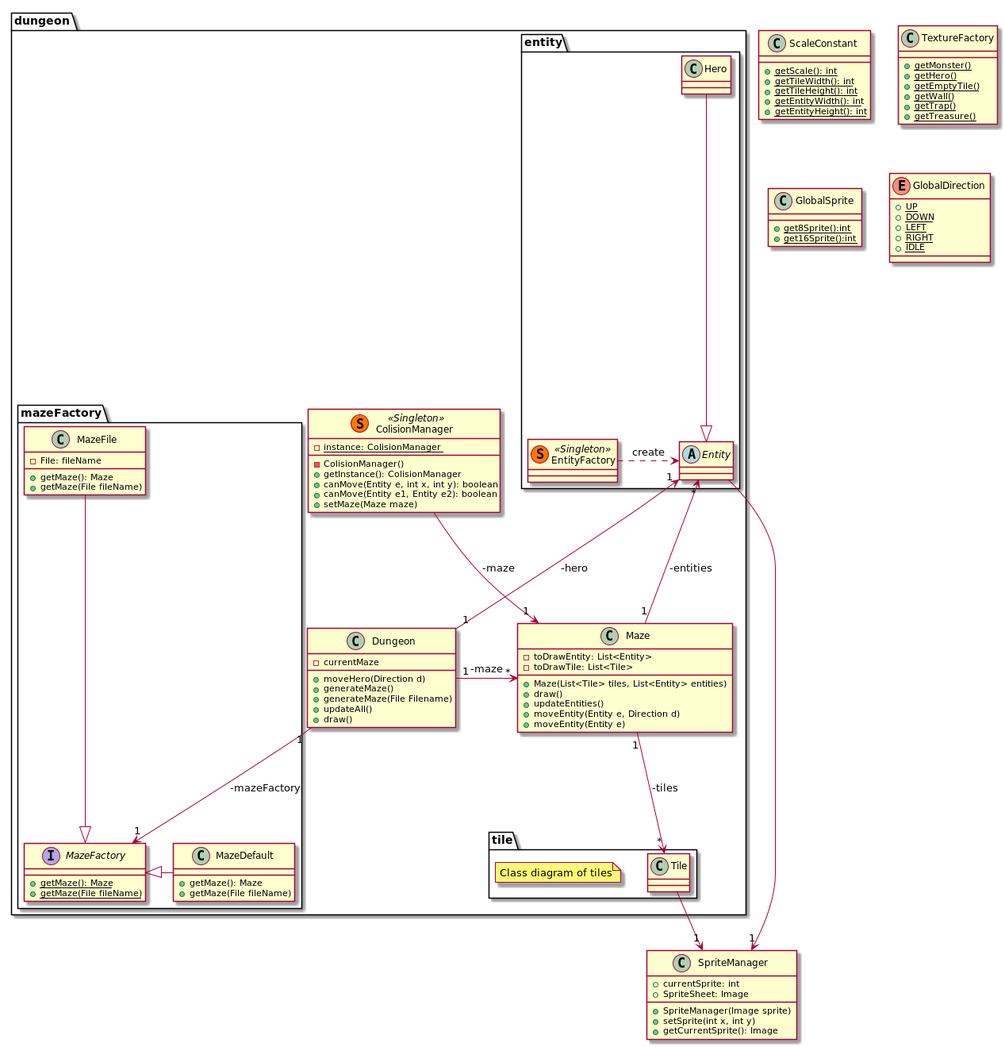
Earlier version of the PlantUML export doc/first_sprint/diagrams/class/global.png (Reynault/ACL_2019_Zelpop).
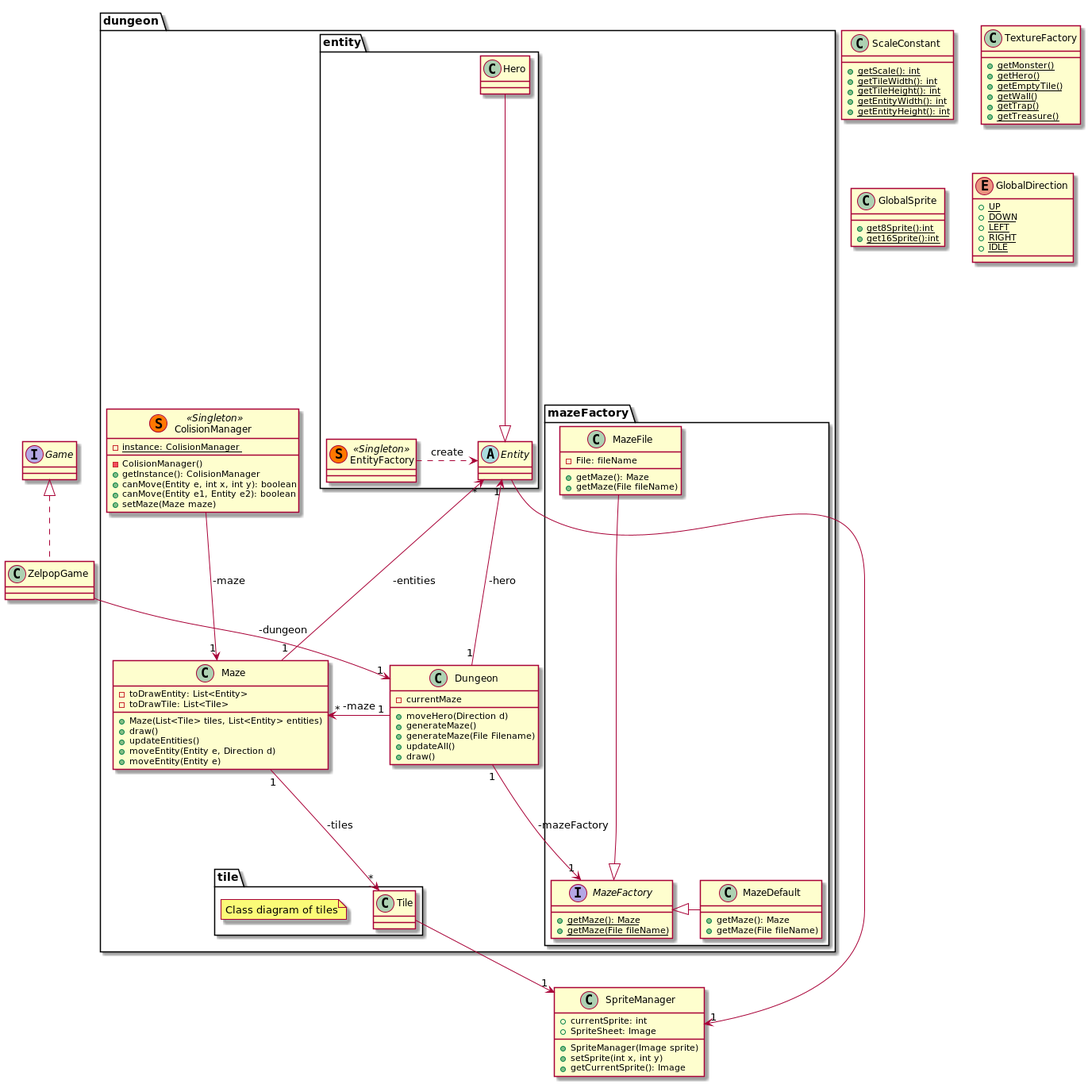
Later version of the same file.

Commit message:
First Sprint : Update diagrams (global class)

Change to the diagram source:
```diff
@@ -1,4 +1,12 @@
 @startuml
+
+class ZelpopGame{
+
+}
+
+interface Game{
+
+}
 
 package dungeon{
 
@@ -126,6 +134,9 @@
 
 EntityFactory .right.> Entity : create
 
+ZelpopGame .up.|> Game
+ZelpopGame --> "1" Dungeon: -dungeon
+
 Hero --|> Entity
 Dungeon "1" --> "1" Entity : -hero
 
```
